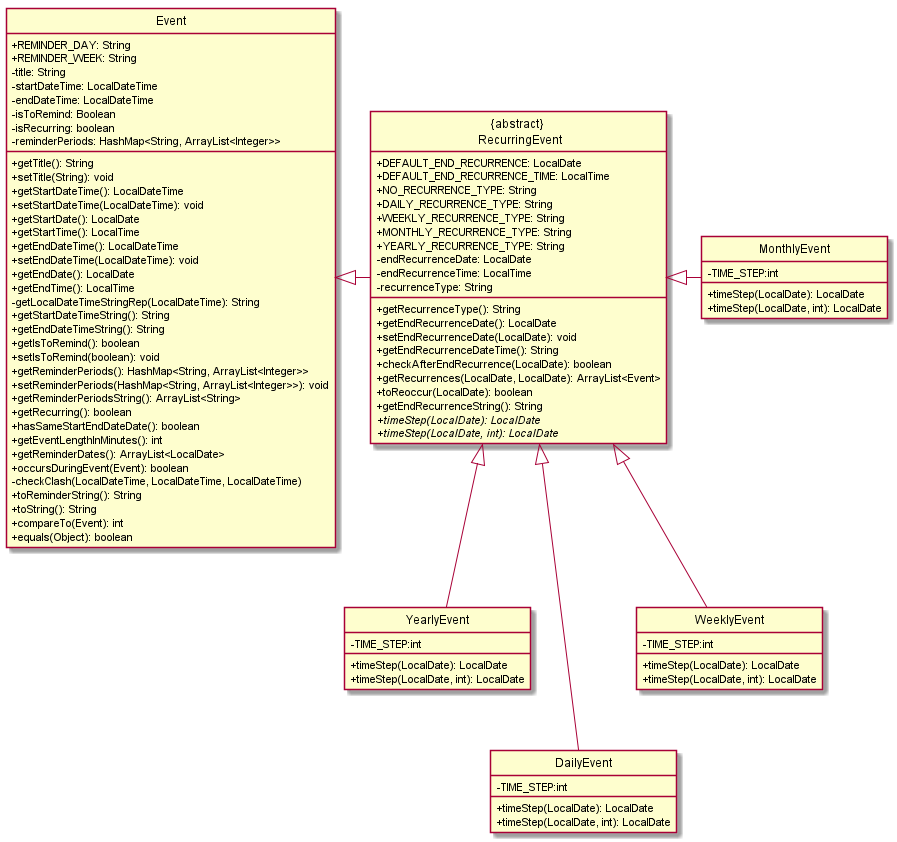
Above: docs/diagrams/out/EventClass.png in nus-cs2113-AY2021S1/tp (PlantUML), before the change.
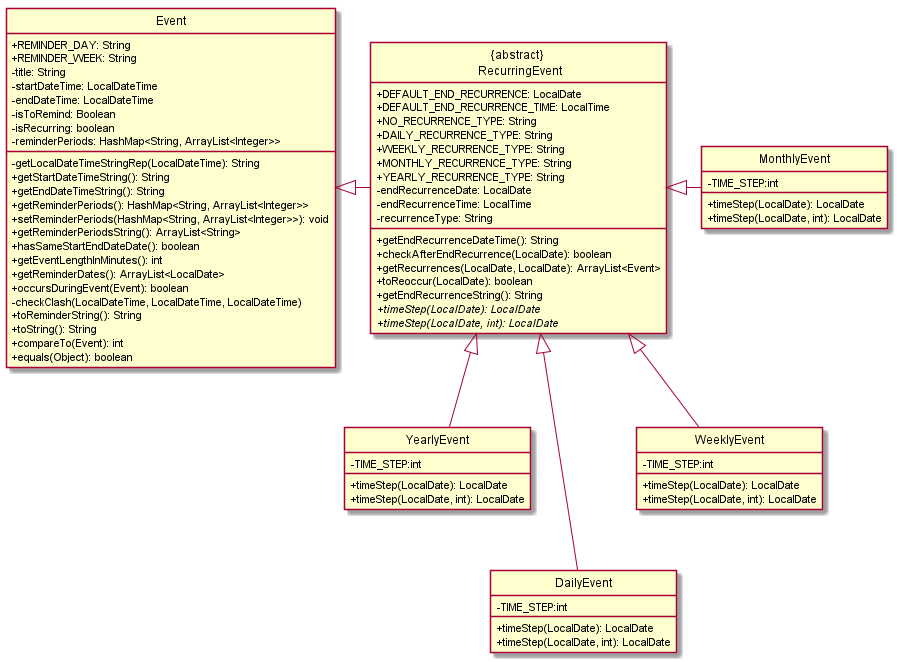
The same file after the commit.

What changed in the source:
```diff
@@ -22,25 +22,12 @@
 -isToRemind: Boolean
 -isRecurring: boolean
 -reminderPeriods: HashMap<String, ArrayList<Integer>>
-+getTitle(): String
-+setTitle(String): void
-+getStartDateTime(): LocalDateTime
-+setStartDateTime(LocalDateTime): void
-+getStartDate(): LocalDate
-+getStartTime(): LocalTime
-+getEndDateTime(): LocalDateTime
-+setEndDateTime(LocalDateTime): void
-+getEndDate(): LocalDate
-+getEndTime(): LocalTime
 -getLocalDateTimeStringRep(LocalDateTime): String
 +getStartDateTimeString(): String
 +getEndDateTimeString(): String
-+getIsToRemind(): boolean
-+setIsToRemind(boolean): void
 +getReminderPeriods(): HashMap<String, ArrayList<Integer>>
 +setReminderPeriods(HashMap<String, ArrayList<Integer>>): void
 +getReminderPeriodsString(): ArrayList<String>
-+getRecurring(): boolean
 +hasSameStartEndDateDate(): boolean
 +getEventLengthInMinutes(): int
 +getReminderDates(): ArrayList<LocalDate>
@@ -63,9 +50,6 @@
 -endRecurrenceDate: LocalDate
 -endRecurrenceTime: LocalTime
 -recurrenceType: String
-+getRecurrenceType(): String
-+getEndRecurrenceDate(): LocalDate
-+setEndRecurrenceDate(LocalDate): void
 +getEndRecurrenceDateTime(): String
 +checkAfterEndRecurrence(LocalDate): boolean
 +getRecurrences(LocalDate, LocalDate): ArrayList<Event>
```
